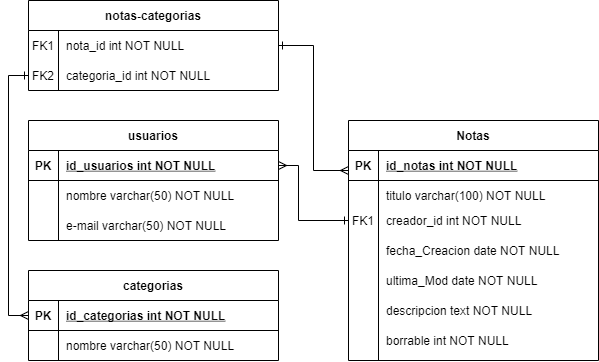
Above: app-notas_DER.png in agusnarvaez/entrega-individual-sql (draw.io), before the change. Source tidied: cells renumbered, new cells last; positions are measured from the earlier drawing's top-left corner, leaving out a move shared by most shapes.
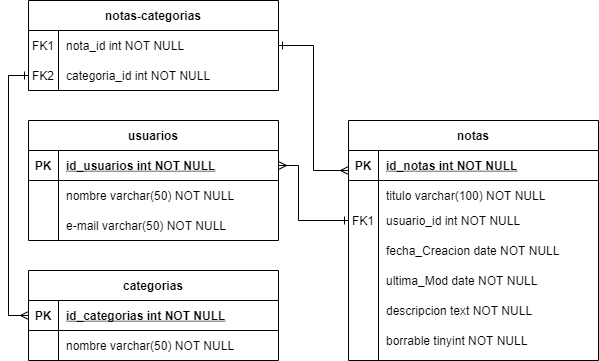
Later version of the same file.

Commit message:
Correción errores Diagrama Entidad Relación

The edit, as a diff of the source:
```diff
@@ -77,7 +77,7 @@
     <mxCell id="26" style="group;" parent="1" vertex="1">
       <mxGeometry x="320" y="120" width="250" height="240" as="geometry" />
     </mxCell>
-    <object id="27" label="Notas" placeholders="1">
+    <object id="27" label="notas" placeholders="1">
       <mxCell style="shape=table;startSize=30;rowLines=0;fontStyle=1;align=center;" parent="26" vertex="1">
         <mxGeometry width="250" height="240" as="geometry" />
       </mxCell>
@@ -100,7 +100,7 @@
     <mxCell id="33" value="titulo varchar(100) NOT NULL" style="shape=partialRectangle;overflow=hidden;fillColor=none;top=0;left=0;bottom=0;right=0;align=left;spacingLeft=6;" parent="31" vertex="1">
       <mxGeometry x="30" width="220" height="30" as="geometry" />
     </mxCell>
-    <mxCell id="34" value="creador_id int NOT NULL" style="shape=partialRectangle;overflow=hidden;fillColor=none;top=0;left=0;bottom=0;right=0;align=left;spacingLeft=6;" parent="26" vertex="1">
+    <mxCell id="34" value="usuario_id int NOT NULL" style="shape=partialRectangle;overflow=hidden;fillColor=none;top=0;left=0;bottom=0;right=0;align=left;spacingLeft=6;" parent="26" vertex="1">
       <mxGeometry x="30" y="85" width="220" height="30" as="geometry" />
     </mxCell>
     <mxCell id="35" value="FK1" style="shape=partialRectangle;overflow=hidden;fillColor=none;top=0;left=0;bottom=0;right=0;" parent="26" vertex="1">
@@ -115,7 +115,7 @@
     <mxCell id="38" value="descripcion text NOT NULL" style="shape=partialRectangle;overflow=hidden;fillColor=none;top=0;left=0;bottom=0;right=0;align=left;spacingLeft=6;" parent="26" vertex="1">
       <mxGeometry x="30" y="175" width="220" height="30" as="geometry" />
     </mxCell>
-    <mxCell id="39" value="borrable int NOT NULL" style="shape=partialRectangle;overflow=hidden;fillColor=none;top=0;left=0;bottom=0;right=0;align=left;spacingLeft=6;" parent="26" vertex="1">
+    <mxCell id="39" value="borrable tinyint NOT NULL" style="shape=partialRectangle;overflow=hidden;fillColor=none;top=0;left=0;bottom=0;right=0;align=left;spacingLeft=6;" parent="26" vertex="1">
       <mxGeometry x="30" y="205" width="220" height="30" as="geometry" />
     </mxCell>
     <mxCell id="40" style="edgeStyle=orthogonalEdgeStyle;rounded=0;jettySize=auto;html=1;exitX=1;exitY=0.5;exitDx=0;exitDy=0;strokeColor=none;" parent="1" edge="1" source="3">
```
